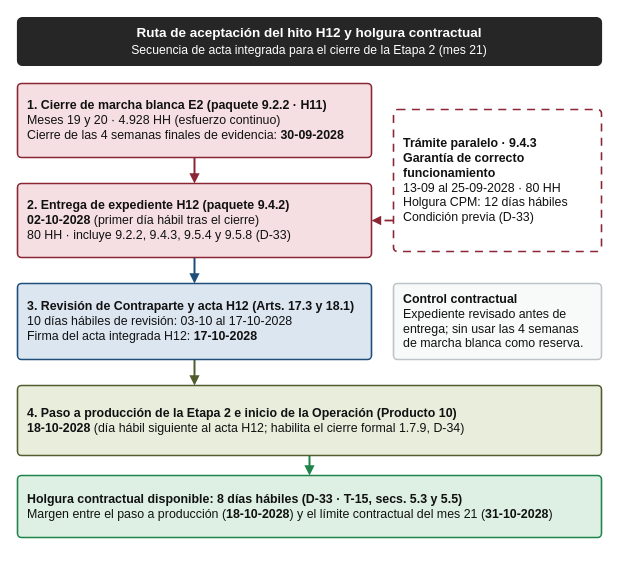
Before: imagenes/Diagramas que faltaban/productos/Fig_Ruta_H12.drawio in PatricioH315/LafroX, a draw.io diagram. Source tidied: cells renumbered, new cells numbered last; positions are measured from the earlier drawing's top-left corner, leaving out a move shared by most shapes. Both pictures are drawn from the tidied source at 100%, with x=0, y=0 at pixel (17, 17).
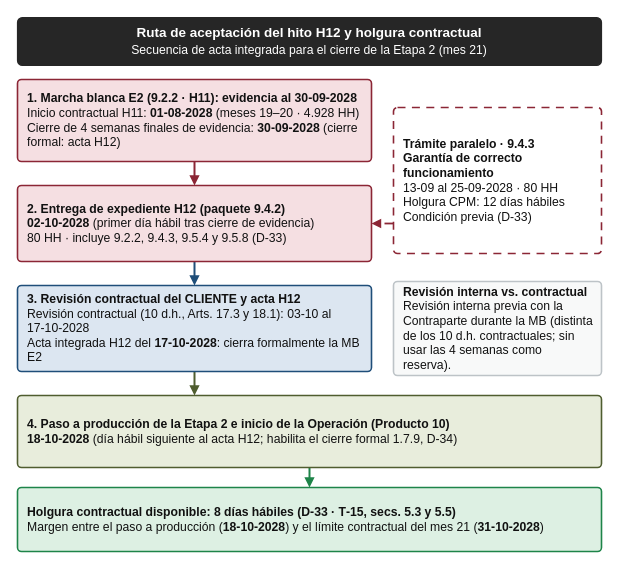
After the change.

Diff of the diagram source:
```diff
@@
 <mxGraphModel>
   <root>
     <mxCell id="0" />
     <mxCell id="1" parent="0" />
     <mxCell id="2" style="html=1;rounded=0;endArrow=block;endFill=1;endSize=5;strokeColor=#8B2635;strokeWidth=2.00;" parent="1" edge="1">
       <mxGeometry relative="1" as="geometry">
-        <mxPoint x="177" y="140" as="sourcePoint" />
-        <mxPoint x="177" y="166" as="targetPoint" />
+        <mxPoint x="177" y="144" as="sourcePoint" />
+        <mxPoint x="177" y="168" as="targetPoint" />
       </mxGeometry>
     </mxCell>
     <mxCell id="3" style="html=1;rounded=0;endArrow=block;endFill=1;endSize=5;strokeColor=#1F4E79;strokeWidth=2.00;" parent="1" edge="1">
       <mxGeometry relative="1" as="geometry">
-        <mxPoint x="177" y="240" as="sourcePoint" />
-        <mxPoint x="177" y="266" as="targetPoint" />
+        <mxPoint x="177" y="244" as="sourcePoint" />
+        <mxPoint x="177" y="268" as="targetPoint" />
       </mxGeometry>
     </mxCell>
     <mxCell id="4" style="html=1;rounded=0;endArrow=block;endFill=1;endSize=5;strokeColor=#4F5D2F;strokeWidth=2.00;" parent="1" edge="1">
       <mxGeometry relative="1" as="geometry">
-        <mxPoint x="177" y="342" as="sourcePoint" />
-        <mxPoint x="177" y="368" as="targetPoint" />
+        <mxPoint x="177" y="354" as="sourcePoint" />
+        <mxPoint x="177" y="378" as="targetPoint" />
       </mxGeometry>
     </mxCell>
     <mxCell id="5" style="html=1;rounded=0;endArrow=block;endFill=1;endSize=5;strokeColor=#8B2635;strokeWidth=1.80;dashed=1;dashPattern=5 4;" parent="1" edge="1">
       <mxGeometry relative="1" as="geometry">
-        <mxPoint x="376" y="203" as="sourcePoint" />
-        <mxPoint x="354" y="203" as="targetPoint" />
+        <mxPoint x="376" y="206" as="sourcePoint" />
+        <mxPoint x="354" y="206" as="targetPoint" />
       </mxGeometry>
     </mxCell>
     <mxCell id="6" style="html=1;rounded=0;endArrow=block;endFill=1;endSize=5;strokeColor=#1E8449;strokeWidth=2.00;" parent="1" edge="1">
       <mxGeometry relative="1" as="geometry">
-        <mxPoint x="292" y="438" as="sourcePoint" />
-        <mxPoint x="292" y="458" as="targetPoint" />
+        <mxPoint x="292" y="450" as="sourcePoint" />
+        <mxPoint x="292" y="470" as="targetPoint" />
       </mxGeometry>
     </mxCell>
     <mxCell id="7" value="&lt;b&gt;Ruta de aceptación del hito H12 y holgura contractual&lt;/b&gt;&lt;br&gt;&lt;span style=&quot;font-size:12.2px;&quot;&gt;Secuencia de acta integrada para el cierre de la Etapa 2 (mes 21)&lt;/span&gt;" style="rounded=1;whiteSpace=wrap;html=1;fillColor=#262626;strokeColor=#262626;strokeWidth=1.2;spacing=0;fontFamily=Arial;absoluteArcSize=1;arcSize=10;fontSize=13.5;fontColor=#FFFFFF;align=center;verticalAlign=middle;spacingLeft=10;spacingRight=10;spacingTop=4;spacingBottom=4;" parent="1" vertex="1">
       <mxGeometry width="584" height="48" as="geometry" />
     </mxCell>
-    <mxCell id="8" value="&lt;b&gt;1. Cierre de marcha blanca E2 (paquete 9.2.2 · H11)&lt;/b&gt;&lt;br&gt;Meses 19 y 20 · 4.928 HH (esfuerzo continuo)&lt;br&gt;Cierre de las 4 semanas finales de evidencia: &lt;b&gt;30-09-2028&lt;/b&gt;" style="rounded=1;whiteSpace=wrap;html=1;fillColor=#F5DFE2;strokeColor=#8B2635;strokeWidth=1.6;spacing=0;fontFamily=Arial;absoluteArcSize=1;arcSize=8;fontSize=12.4;fontColor=#111111;align=left;verticalAlign=middle;spacingLeft=10;spacingRight=10;spacingTop=4;spacingBottom=4;" parent="1" vertex="1">
-      <mxGeometry y="66" width="354" height="74" as="geometry" />
+    <mxCell id="8" value="&lt;b&gt;1. Marcha blanca E2 (9.2.2 · H11): evidencia al 30‑09‑2028&lt;/b&gt;&lt;br&gt;Inicio contractual H11: &lt;b&gt;01‑08‑2028&lt;/b&gt; (meses 19–20 · 4.928 HH)&lt;br&gt;Cierre de 4 semanas finales de evidencia: &lt;b&gt;30‑09‑2028&lt;/b&gt; (cierre formal: acta H12)" style="rounded=1;whiteSpace=wrap;html=1;fillColor=#F5DFE2;strokeColor=#8B2635;strokeWidth=1.6;spacing=0;fontFamily=Arial;absoluteArcSize=1;arcSize=8;fontSize=12.2;fontColor=#111111;align=left;verticalAlign=middle;spacingLeft=10;spacingRight=10;spacingTop=4;spacingBottom=4;" parent="1" vertex="1">
+      <mxGeometry y="62" width="354" height="82" as="geometry" />
     </mxCell>
-    <mxCell id="9" value="&lt;b&gt;Trámite paralelo · 9.4.3&lt;/b&gt;&lt;br&gt;&lt;b&gt;Garantía de correcto funcionamiento&lt;/b&gt;&lt;br&gt;13-09 al 25-09-2028 · 80 HH&lt;br&gt;Holgura CPM: 12 días hábiles&lt;br&gt;Condición previa (D‑33)" style="rounded=1;whiteSpace=wrap;html=1;fillColor=#FFFFFF;strokeColor=#8B2635;strokeWidth=1.6;dashed=1;dashPattern=5 4;spacing=0;fontFamily=Arial;absoluteArcSize=1;arcSize=8;fontSize=12.4;fontColor=#111111;align=left;verticalAlign=middle;spacingLeft=10;spacingRight=10;spacingTop=4;spacingBottom=4;" parent="1" vertex="1">
-      <mxGeometry x="376" y="92" width="208" height="142" as="geometry" />
+    <mxCell id="9" value="&lt;b&gt;Trámite paralelo · 9.4.3&lt;/b&gt;&lt;br&gt;&lt;b&gt;Garantía de correcto funcionamiento&lt;/b&gt;&lt;br&gt;13‑09 al 25‑09‑2028 · 80 HH&lt;br&gt;Holgura CPM: 12 días hábiles&lt;br&gt;Condición previa (D‑33)" style="rounded=1;whiteSpace=wrap;html=1;fillColor=#FFFFFF;strokeColor=#8B2635;strokeWidth=1.6;dashed=1;dashPattern=5 4;spacing=0;fontFamily=Arial;absoluteArcSize=1;arcSize=8;fontSize=12.2;fontColor=#111111;align=left;verticalAlign=middle;spacingLeft=10;spacingRight=10;spacingTop=4;spacingBottom=4;" parent="1" vertex="1">
+      <mxGeometry x="376" y="90" width="208" height="146" as="geometry" />
     </mxCell>
-    <mxCell id="10" value="&lt;b&gt;2. Entrega de expediente H12 (paquete 9.4.2)&lt;/b&gt;&lt;br&gt;&lt;b&gt;02-10-2028&lt;/b&gt; (primer día hábil tras el cierre)&lt;br&gt;80 HH · incluye 9.2.2, 9.4.3, 9.5.4 y 9.5.8 (D-33)" style="rounded=1;whiteSpace=wrap;html=1;fillColor=#F5DFE2;strokeColor=#8B2635;strokeWidth=1.6;spacing=0;fontFamily=Arial;absoluteArcSize=1;arcSize=8;fontSize=12.4;fontColor=#111111;align=left;verticalAlign=middle;spacingLeft=10;spacingRight=10;spacingTop=4;spacingBottom=4;" parent="1" vertex="1">
-      <mxGeometry y="166" width="354" height="74" as="geometry" />
+    <mxCell id="10" value="&lt;b&gt;2. Entrega de expediente H12 (paquete 9.4.2)&lt;/b&gt;&lt;br&gt;&lt;b&gt;02‑10‑2028&lt;/b&gt; (primer día hábil tras cierre de evidencia)&lt;br&gt;80 HH · incluye 9.2.2, 9.4.3, 9.5.4 y 9.5.8 (D‑33)" style="rounded=1;whiteSpace=wrap;html=1;fillColor=#F5DFE2;strokeColor=#8B2635;strokeWidth=1.6;spacing=0;fontFamily=Arial;absoluteArcSize=1;arcSize=8;fontSize=12.2;fontColor=#111111;align=left;verticalAlign=middle;spacingLeft=10;spacingRight=10;spacingTop=4;spacingBottom=4;" parent="1" vertex="1">
+      <mxGeometry y="168" width="354" height="76" as="geometry" />
     </mxCell>
-    <mxCell id="11" value="&lt;b&gt;3. Revisión de Contraparte y acta H12 (Arts. 17.3 y 18.1)&lt;/b&gt;&lt;br&gt;10 días hábiles de revisión: 03-10 al 17-10-2028&lt;br&gt;Firma del acta integrada H12: &lt;b&gt;17-10-2028&lt;/b&gt;" style="rounded=1;whiteSpace=wrap;html=1;fillColor=#DCE6F1;strokeColor=#1F4E79;strokeWidth=1.6;spacing=0;fontFamily=Arial;absoluteArcSize=1;arcSize=8;fontSize=12.4;fontColor=#111111;align=left;verticalAlign=middle;spacingLeft=10;spacingRight=10;spacingTop=4;spacingBottom=4;" parent="1" vertex="1">
-      <mxGeometry y="266" width="354" height="76" as="geometry" />
+    <mxCell id="11" value="&lt;b&gt;3. Revisión contractual del CLIENTE y acta H12&lt;/b&gt;&lt;br&gt;Revisión contractual (10 d.h., Arts. 17.3 y 18.1): 03‑10 al 17‑10‑2028&lt;br&gt;Acta integrada H12 del &lt;b&gt;17‑10‑2028&lt;/b&gt;: cierra formalmente la MB E2" style="rounded=1;whiteSpace=wrap;html=1;fillColor=#DCE6F1;strokeColor=#1F4E79;strokeWidth=1.6;spacing=0;fontFamily=Arial;absoluteArcSize=1;arcSize=8;fontSize=12.2;fontColor=#111111;align=left;verticalAlign=middle;spacingLeft=10;spacingRight=10;spacingTop=4;spacingBottom=4;" parent="1" vertex="1">
+      <mxGeometry y="268" width="354" height="86" as="geometry" />
     </mxCell>
-    <mxCell id="12" value="&lt;b&gt;Control contractual&lt;/b&gt;&lt;br&gt;Expediente revisado antes de entrega; sin usar las 4 semanas de marcha blanca como reserva." style="rounded=1;whiteSpace=wrap;html=1;fillColor=#F8F9F9;strokeColor=#BDC3C7;strokeWidth=1.6;spacing=0;fontFamily=Arial;absoluteArcSize=1;arcSize=8;fontSize=12.4;fontColor=#111111;align=left;verticalAlign=middle;spacingLeft=10;spacingRight=10;spacingTop=4;spacingBottom=4;" parent="1" vertex="1">
-      <mxGeometry x="376" y="266" width="208" height="76" as="geometry" />
+    <mxCell id="12" value="&lt;b&gt;Revisión interna vs. contractual&lt;/b&gt;&lt;br&gt;Revisión interna previa con la Contraparte durante la MB (distinta de los 10 d.h. contractuales; sin usar las 4 semanas como reserva)." style="rounded=1;whiteSpace=wrap;html=1;fillColor=#F8F9F9;strokeColor=#BDC3C7;strokeWidth=1.6;spacing=0;fontFamily=Arial;absoluteArcSize=1;arcSize=8;fontSize=12.2;fontColor=#111111;align=left;verticalAlign=middle;spacingLeft=10;spacingRight=10;spacingTop=4;spacingBottom=4;" parent="1" vertex="1">
+      <mxGeometry x="376" y="264" width="208" height="94" as="geometry" />
     </mxCell>
-    <mxCell id="13" value="&lt;b&gt;4. Paso a producción de la Etapa 2 e inicio de la Operación (Producto 10)&lt;/b&gt;&lt;br&gt;&lt;b&gt;18-10-2028&lt;/b&gt; (día hábil siguiente al acta H12; habilita el cierre formal 1.7.9, D-34)" style="rounded=1;whiteSpace=wrap;html=1;fillColor=#E8EDDC;strokeColor=#4F5D2F;strokeWidth=1.6;spacing=0;fontFamily=Arial;absoluteArcSize=1;arcSize=8;fontSize=12.4;fontColor=#111111;align=left;verticalAlign=middle;spacingLeft=10;spacingRight=10;spacingTop=4;spacingBottom=4;" parent="1" vertex="1">
-      <mxGeometry y="368" width="584" height="70" as="geometry" />
+    <mxCell id="13" value="&lt;b&gt;4. Paso a producción de la Etapa 2 e inicio de la Operación (Producto 10)&lt;/b&gt;&lt;br&gt;&lt;b&gt;18‑10‑2028&lt;/b&gt; (día hábil siguiente al acta H12; habilita el cierre formal 1.7.9, D‑34)" style="rounded=1;whiteSpace=wrap;html=1;fillColor=#E8EDDC;strokeColor=#4F5D2F;strokeWidth=1.6;spacing=0;fontFamily=Arial;absoluteArcSize=1;arcSize=8;fontSize=12.2;fontColor=#111111;align=left;verticalAlign=middle;spacingLeft=10;spacingRight=10;spacingTop=4;spacingBottom=4;" parent="1" vertex="1">
+      <mxGeometry y="378" width="584" height="72" as="geometry" />
     </mxCell>
-    <mxCell id="14" value="&lt;b&gt;Holgura contractual disponible: 8 días hábiles (D-33 · T-15, secs. 5.3 y 5.5)&lt;/b&gt;&lt;br&gt;Margen entre el paso a producción (&lt;b&gt;18-10-2028&lt;/b&gt;) y el límite contractual del mes 21 (&lt;b&gt;31-10-2028&lt;/b&gt;)" style="rounded=1;whiteSpace=wrap;html=1;fillColor=#DDF0E3;strokeColor=#1E8449;strokeWidth=1.6;spacing=0;fontFamily=Arial;absoluteArcSize=1;arcSize=8;fontSize=12.4;fontColor=#111111;align=left;verticalAlign=middle;spacingLeft=10;spacingRight=10;spacingTop=4;spacingBottom=4;" parent="1" vertex="1">
-      <mxGeometry y="458" width="584" height="62" as="geometry" />
+    <mxCell id="14" value="&lt;b&gt;Holgura contractual disponible: 8 días hábiles (D‑33 · T‑15, secs. 5.3 y 5.5)&lt;/b&gt;&lt;br&gt;Margen entre el paso a producción (&lt;b&gt;18‑10‑2028&lt;/b&gt;) y el límite contractual del mes 21 (&lt;b&gt;31‑10‑2028&lt;/b&gt;)" style="rounded=1;whiteSpace=wrap;html=1;fillColor=#DDF0E3;strokeColor=#1E8449;strokeWidth=1.6;spacing=0;fontFamily=Arial;absoluteArcSize=1;arcSize=8;fontSize=12.2;fontColor=#111111;align=left;verticalAlign=middle;spacingLeft=10;spacingRight=10;spacingTop=4;spacingBottom=4;" parent="1" vertex="1">
+      <mxGeometry y="470" width="584" height="64" as="geometry" />
     </mxCell>
   </root>
 </mxGraphModel>
```
